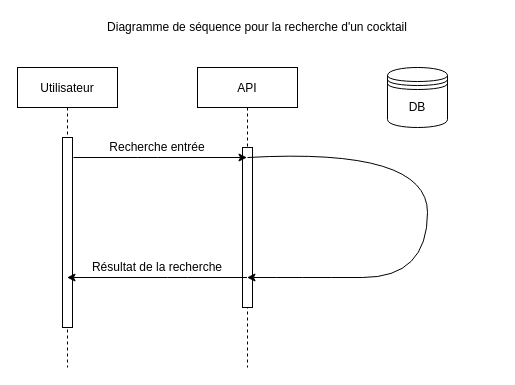
Above: Untitled Diagram.drawio in wahib299/ProjetInfo2A (draw.io), before the change. Source tidied: cells renumbered, new cells numbered last; positions are measured from the earlier drawing's top-left corner, leaving out a move shared by most shapes. Both pictures are drawn from the tidied source at 100%, with x=0, y=0 at pixel (17, 17).
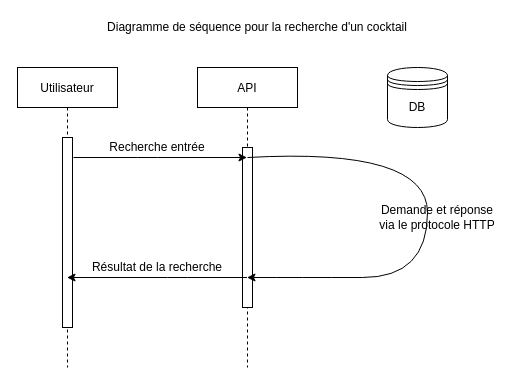
After the change.

Change to the diagram source:
```diff
@@
+    <mxCell id="14" value="Demande et réponse via le protocole HTTP" style="text;html=1;strokeColor=none;fillColor=none;align=center;verticalAlign=middle;whiteSpace=wrap;rounded=0;" parent="1" vertex="1">
+      <mxGeometry x="360" y="190" width="120" height="20" as="geometry" />
+    </mxCell>
```
